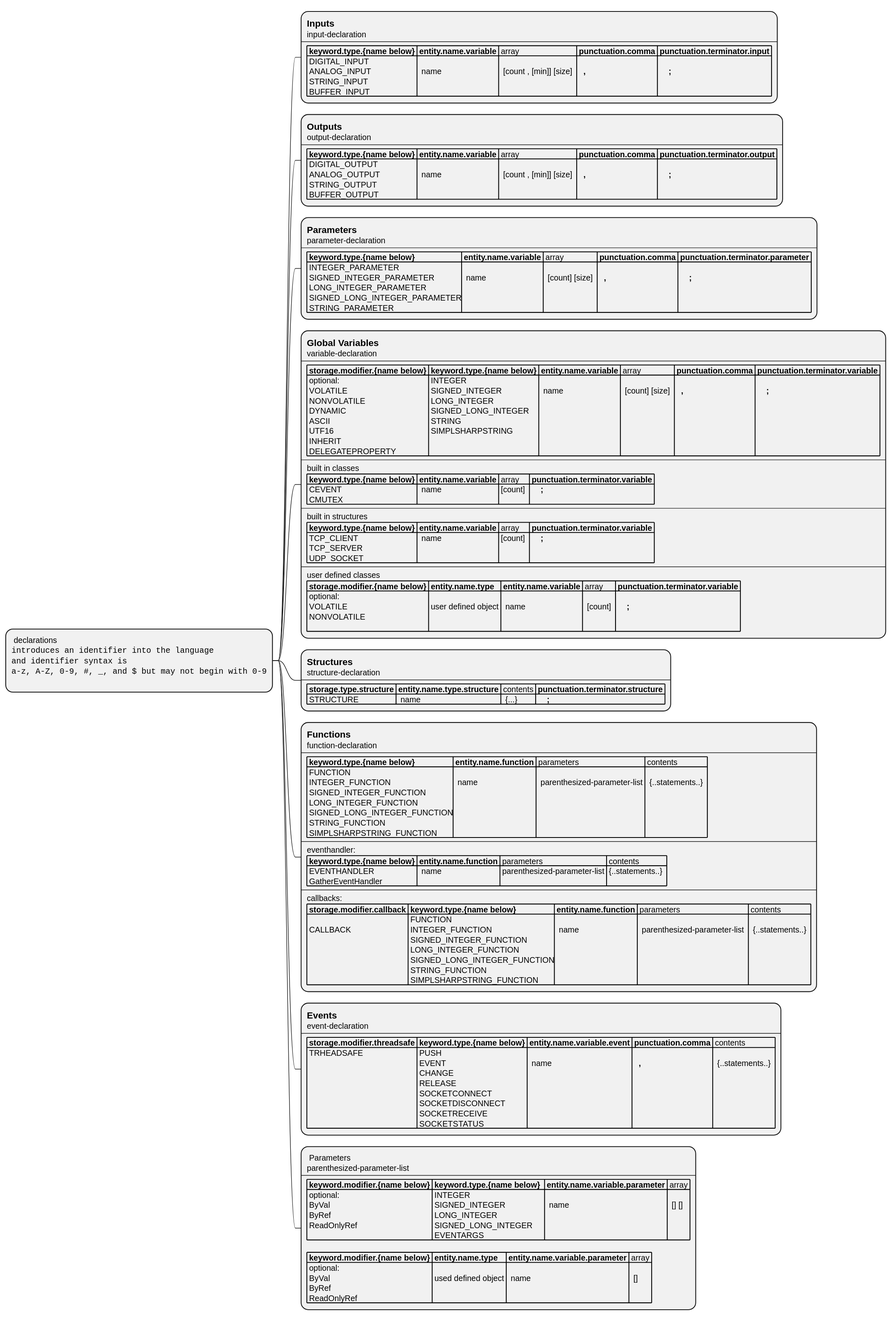
Before: UML/simpl-plus-syntax-mindmap/declarations.svg, a diagram exported from PlantUML (alvaroyurrita/vscode-crestron-splus).
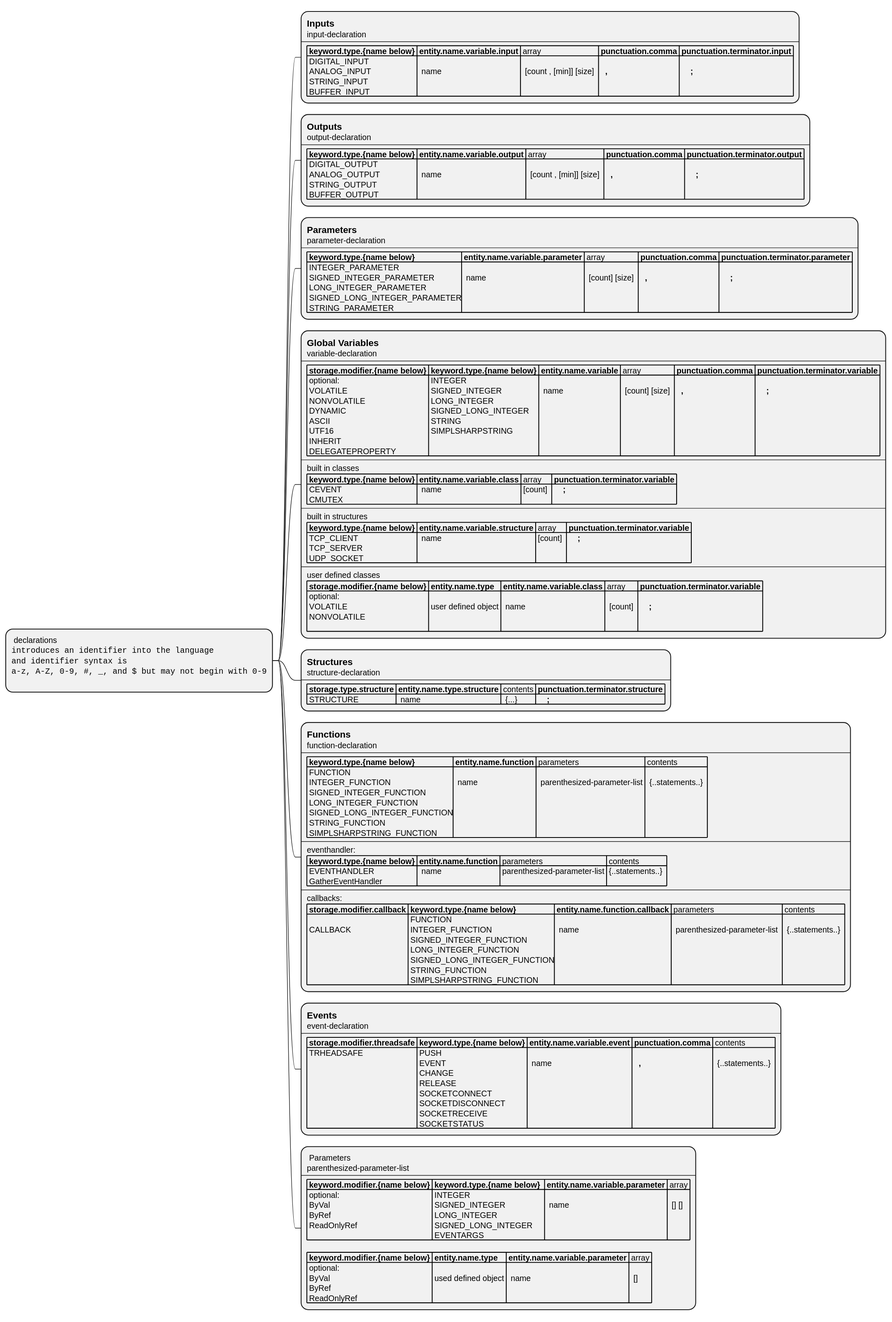
After the change.

The edit, as a diff of the source:
```diff
@@ -10,18 +10,18 @@
 **:== Inputs
 input-declaration
 ----
-|= keyword.type.{name below} |= entity.name.variable | array |= punctuation.comma |= punctuation.terminator.input |
+|= keyword.type.{name below} |= entity.name.variable.input | array |= punctuation.comma |= punctuation.terminator.input |
 | DIGITAL_INPUT\n ANALOG_INPUT\n STRING_INPUT\n BUFFER_INPUT |  \n  name  | \n  [count , [min]] [size]  |= \n   , |=  \n     ; |;
 **:== Outputs
 output-declaration
 ----
-|= keyword.type.{name below} |= entity.name.variable | array |= punctuation.comma |= punctuation.terminator.output |
+|= keyword.type.{name below} |= entity.name.variable.output | array |= punctuation.comma |= punctuation.terminator.output |
 | DIGITAL_OUTPUT\n ANALOG_OUTPUT\n STRING_OUTPUT\n BUFFER_OUTPUT |  \n  name | \n  [count , [min]] [size]  |= \n   , |=  \n     ; |;
 
 **:== Parameters
 parameter-declaration
 ----
-|= keyword.type.{name below} |= entity.name.variable | array |= punctuation.comma |= punctuation.terminator.parameter |
+|= keyword.type.{name below} |= entity.name.variable.parameter | array |= punctuation.comma |= punctuation.terminator.parameter |
 | INTEGER_PARAMETER\n SIGNED_INTEGER_PARAMETER\n LONG_INTEGER_PARAMETER\n SIGNED_LONG_INTEGER_PARAMETER\n STRING_PARAMETER  |  \n  name | \n  [count] [size]  |= \n   ,|=  \n     ; |;
 
 **:== Global Variables
@@ -31,15 +31,15 @@
 | optional:\n VOLATILE\n NONVOLATILE\n DYNAMIC \n ASCII\n UTF16\n INHERIT\n DELEGATEPROPERTY | INTEGER\n SIGNED_INTEGER\n LONG_INTEGER\n SIGNED_LONG_INTEGER\n STRING\n SIMPLSHARPSTRING|  \n  name | \n  [count] [size]  |= \n   ,|=  \n     ; |
 ----
 built in classes
-|= keyword.type.{name below} |= entity.name.variable | array |= punctuation.terminator.variable |
+|= keyword.type.{name below} |= entity.name.variable.class | array |= punctuation.terminator.variable |
 | CEVENT\n CMUTEX |  name  | [count]  |=     ; |
 ----
 built in structures
-|= keyword.type.{name below} |= entity.name.variable | array |= punctuation.terminator.variable |
+|= keyword.type.{name below} |= entity.name.variable.structure | array |= punctuation.terminator.variable |
 | TCP_CLIENT\n TCP_SERVER\n UDP_SOCKET |  name  | [count]  |=     ; |
 ----
 user defined classes
-|= storage.modifier.{name below} |= entity.name.type |= entity.name.variable | array |= punctuation.terminator.variable |
+|= storage.modifier.{name below} |= entity.name.type |= entity.name.variable.class | array |= punctuation.terminator.variable |
 | optional:\n VOLATILE\n NONVOLATILE\n | \n user defined object |  \n  name | \n  [count]  |=  \n     ; |;
 
 
@@ -61,7 +61,7 @@
 | EVENTHANDLER\n GatherEventHandler   |  name | parenthesized-parameter-list | {..statements..}  |
 ----
 callbacks:
-|= storage.modifier.callback |= keyword.type.{name below} |= entity.name.function | parameters | contents |
+|= storage.modifier.callback |= keyword.type.{name below} |= entity.name.function.callback | parameters | contents |
 | \n CALLBACK  | FUNCTION\n INTEGER_FUNCTION\n SIGNED_INTEGER_FUNCTION\n LONG_INTEGER_FUNCTION\n SIGNED_LONG_INTEGER_FUNCTION\n STRING_FUNCTION \n SIMPLSHARPSTRING_FUNCTION | \n  name | \n  parenthesized-parameter-list  | \n  {..statements..}  |;
 
 **:== Events
```
